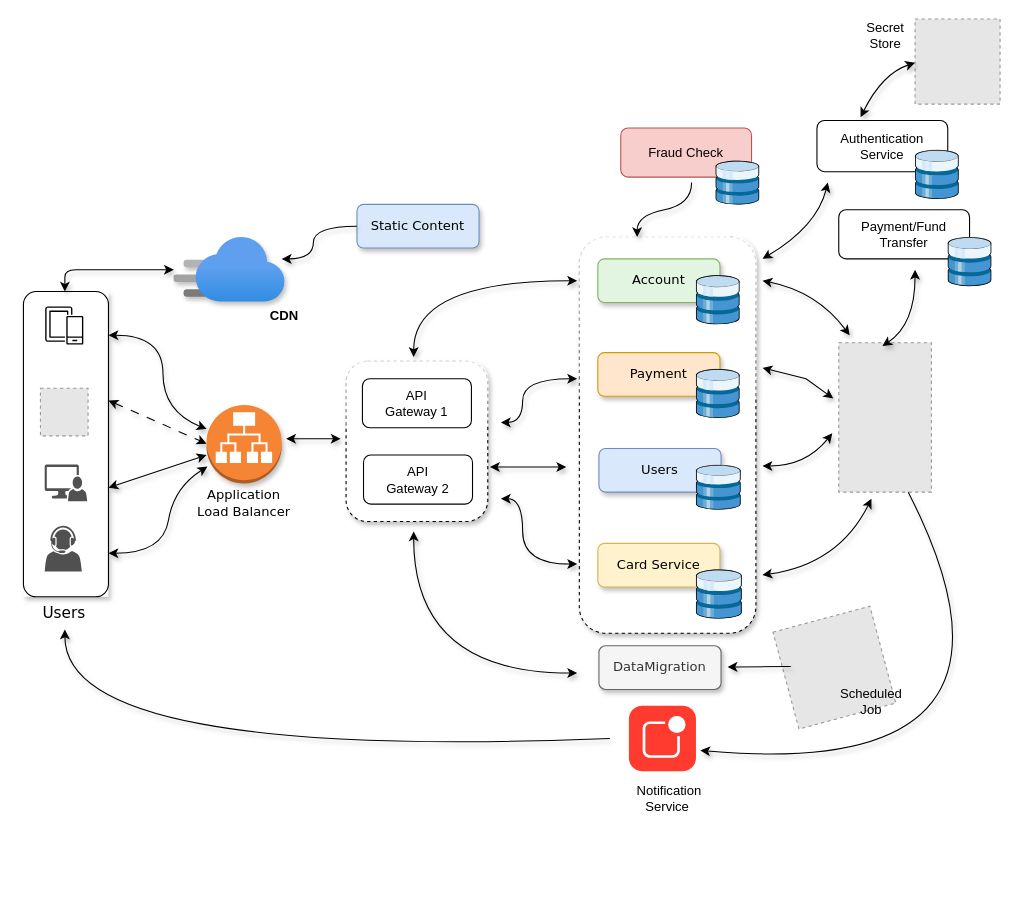
The draw.io diagram Epam.drawio in PramodNegi/problem-solving-techniques, before the edit. Source tidied: cells renumbered, new cells numbered last; positions are measured from the earlier drawing's top-left corner, leaving out a move shared by most shapes. Both pictures are drawn from the tidied source at 109%, with x=0, y=0 at pixel (23, 19). Pictures stored in the file or linked from it are replaced by grey dashed boxes.
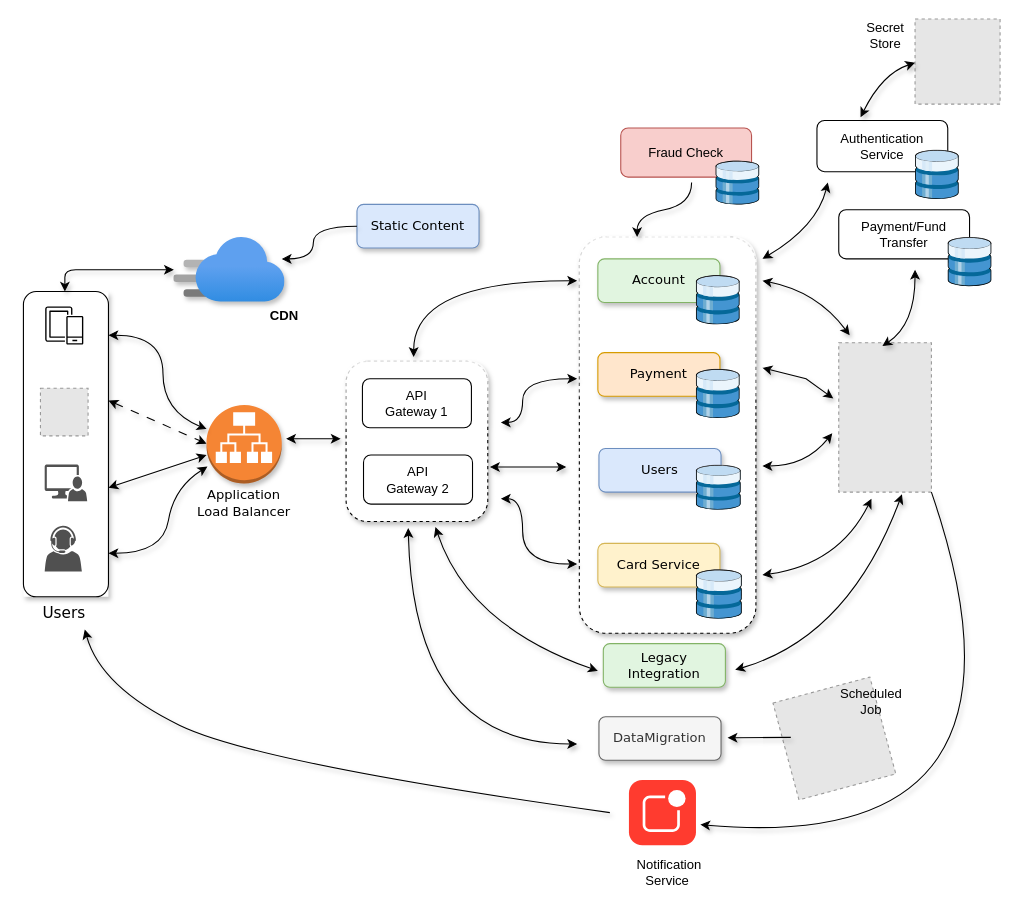
Above is the later version.

Unchanged cells that the change refers to:
```xml
<mxCell id="8" value="&lt;font style=&quot;font-size: 14px;&quot; face=&quot;Verdana&quot;&gt;Users&lt;/font&gt;" style="text;html=1;align=center;verticalAlign=middle;whiteSpace=wrap;rounded=0;" parent="1" vertex="1">
  <mxGeometry y="530" width="75" height="30" as="geometry" />
</mxCell>
<mxCell id="26" style="fillColor=#E6E6E6;strokeColor=#999999;dashed=1;verticalLabelPosition=bottom;verticalAlign=top;" parent="1" vertex="1">
  <mxGeometry x="748" y="296.9" width="85" height="137.1" as="geometry" />
</mxCell>
```

What changed in the source:
```diff
@@
     <mxCell id="24" style="html=1;strokeWidth=1;shadow=0;dashed=0;shape=mxgraph.ios7.misc.notification;fillColor=#FF3B2F;strokeColor=none;buttonText=;strokeColor2=#222222;fontColor=#222222;fontSize=8;verticalLabelPosition=bottom;verticalAlign=top;align=center;sketch=0;" parent="1" vertex="1">
-      <mxGeometry x="555.5" y="630" width="61.5" height="60" as="geometry" />
+      <mxGeometry x="555.5" y="698" width="61.5" height="60" as="geometry" />
     </mxCell>
     <mxCell id="25" value="&amp;nbsp;Notification Service" style="text;html=1;align=center;verticalAlign=middle;whiteSpace=wrap;rounded=0;" parent="1" vertex="1">
-      <mxGeometry x="561" y="700" width="60" height="30" as="geometry" />
+      <mxGeometry x="561" y="768" width="60" height="30" as="geometry" />
     </mxCell>
@@
     <mxCell id="36" value="&lt;font face=&quot;Verdana&quot;&gt;DataMigration&lt;/font&gt;" style="rounded=1;whiteSpace=wrap;html=1;fillColor=#f5f5f5;strokeColor=#666666;shadow=1;fontColor=#333333;" parent="1" vertex="1">
-      <mxGeometry x="528" y="575" width="112" height="40" as="geometry" />
+      <mxGeometry x="528" y="640" width="112" height="40" as="geometry" />
     </mxCell>
@@
     <mxCell id="41" style="endArrow=classic;startArrow=classic;html=1;rounded=0;shadow=1;flowAnimation=1;curved=1;" parent="1" edge="1">
       <mxGeometry relative="1" as="geometry">
-        <mxPoint x="508" y="600" as="sourcePoint" />
-        <mxPoint x="358" y="470" as="targetPoint" />
+        <mxPoint x="508" y="665" as="sourcePoint" />
+        <mxPoint x="353" y="467" as="targetPoint" />
         <Array as="points">
-          <mxPoint x="358" y="600" />
+          <mxPoint x="358" y="665" />
         </Array>
       </mxGeometry>
     </mxCell>
-    <mxCell id="42" style="endArrow=classic;html=1;rounded=0;shadow=1;flowAnimation=1;curved=1;" parent="1" edge="1">
+    <mxCell id="42" style="endArrow=classic;html=1;rounded=0;shadow=1;flowAnimation=1;curved=1;entryX=0.75;entryY=1;entryDx=0;entryDy=0;" parent="1" edge="1" target="8">
       <mxGeometry relative="1" as="geometry">
-        <mxPoint x="538" y="660" as="sourcePoint" />
-        <mxPoint x="38" y="560" as="targetPoint" />
+        <mxPoint x="538" y="728" as="sourcePoint" />
         <Array as="points">
-          <mxPoint x="38" y="680" />
+          <mxPoint x="216" y="683" />
+          <mxPoint x="71" y="613" />
         </Array>
       </mxGeometry>
     </mxCell>
     <mxCell id="43" style="fillColor=#E6E6E6;strokeColor=#999999;dashed=1;verticalLabelPosition=bottom;verticalAlign=top;rotation=-15;" parent="1" vertex="1">
-      <mxGeometry x="698" y="549" width="92" height="92" as="geometry" />
+      <mxGeometry x="698" y="614" width="92" height="92" as="geometry" />
     </mxCell>
     <mxCell id="44" style="endArrow=classic;html=1;rounded=0;flowAnimation=1;shadow=1;" parent="1" edge="1">
       <mxGeometry relative="1" as="geometry">
-        <mxPoint x="704" y="594" as="sourcePoint" />
-        <mxPoint x="646" y="594.4" as="targetPoint" />
+        <mxPoint x="704" y="659" as="sourcePoint" />
+        <mxPoint x="646" y="659.4" as="targetPoint" />
       </mxGeometry>
     </mxCell>
@@
-    <mxCell id="47" style="endArrow=none;html=1;rounded=0;entryX=0.75;entryY=1;entryDx=0;entryDy=0;curved=1;endFill=0;startArrow=classic;startFill=1;flowAnimation=1;shadow=1;" parent="1" edge="1" target="26">
+    <mxCell id="47" style="endArrow=none;html=1;rounded=0;entryX=1;entryY=1;entryDx=0;entryDy=0;curved=1;endFill=0;startArrow=classic;startFill=1;flowAnimation=1;shadow=1;" parent="1" edge="1" target="26">
       <mxGeometry relative="1" as="geometry">
-        <mxPoint x="621" y="671" as="sourcePoint" />
+        <mxPoint x="621" y="739" as="sourcePoint" />
         <Array as="points">
-          <mxPoint x="948" y="700" />
+          <mxPoint x="948" y="768" />
         </Array>
       </mxGeometry>
     </mxCell>
@@
+    <mxCell id="63" value="&lt;div style=&quot;&quot;&gt;&lt;span style=&quot;font-family: Verdana; background-color: initial;&quot;&gt;Legacy Integration&lt;/span&gt;&lt;/div&gt;" style="rounded=1;whiteSpace=wrap;html=1;fillColor=#E1F5E0;strokeColor=#82b366;shadow=1;align=center;" parent="1" vertex="1">
+      <mxGeometry x="532" y="573" width="112" height="40" as="geometry" />
+    </mxCell>
+    <mxCell id="64" style="endArrow=classic;startArrow=classic;html=1;rounded=0;flowAnimation=1;shadow=1;curved=1;" parent="1" edge="1">
+      <mxGeometry relative="1" as="geometry">
+        <mxPoint x="527" y="598" as="sourcePoint" />
+        <mxPoint x="378" y="466" as="targetPoint" />
+        <Array as="points">
+          <mxPoint x="408" y="556" />
+        </Array>
+      </mxGeometry>
+    </mxCell>
+    <mxCell id="65" style="endArrow=classic;startArrow=classic;html=1;rounded=0;flowAnimation=1;shadow=1;curved=1;" parent="1" edge="1">
+      <mxGeometry relative="1" as="geometry">
+        <mxPoint x="653" y="597" as="sourcePoint" />
+        <mxPoint x="806" y="436" as="targetPoint" />
+        <Array as="points">
+          <mxPoint x="757" y="567" />
+        </Array>
+      </mxGeometry>
+    </mxCell>
```
